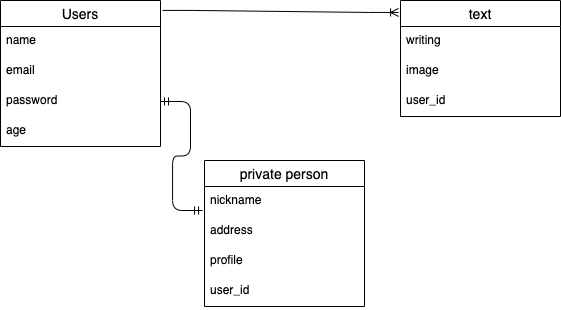
Tomoki06arkw/RELAXATION-DAIRY keeps this draw.io diagram as read.png. Above is the earlier version. Source tidied: cells renumbered, new cells last; positions are measured from the earlier drawing's top-left corner, leaving out a move shared by most shapes.
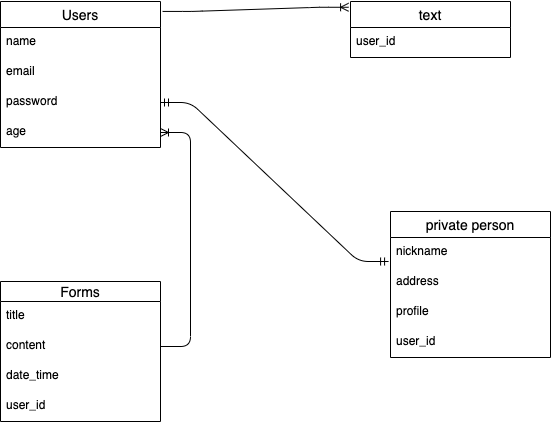
Above is the later version.

Change to the diagram source:
```diff
@@ -18,7 +18,7 @@
       <mxGeometry y="116" width="160" height="30" as="geometry" />
     </mxCell>
     <mxCell id="7" value="private person" style="swimlane;fontStyle=0;horizontal=1;startSize=26;align=center;fontSize=14;" parent="1" vertex="1">
-      <mxGeometry x="204" y="160" width="160" height="146" as="geometry" />
+      <mxGeometry x="390" y="210" width="160" height="146" as="geometry" />
     </mxCell>
     <mxCell id="8" value="nickname" style="text;strokeColor=none;fillColor=none;spacingLeft=4;spacingRight=4;overflow=hidden;points=[[0,0.5],[1,0.5]];portConstraint=eastwest;fontSize=12;" parent="7" vertex="1">
       <mxGeometry y="26" width="160" height="30" as="geometry" />
@@ -36,19 +36,31 @@
       <mxGeometry relative="1" as="geometry" />
     </mxCell>
     <mxCell id="13" value="text" style="swimlane;fontStyle=0;horizontal=1;startSize=26;align=center;fontSize=14;" parent="1" vertex="1">
-      <mxGeometry x="400" width="160" height="116" as="geometry" />
+      <mxGeometry x="350" width="160" height="56" as="geometry" />
     </mxCell>
-    <mxCell id="14" value="writing" style="text;strokeColor=none;fillColor=none;spacingLeft=4;spacingRight=4;overflow=hidden;fontSize=12;" parent="13" vertex="1">
-      <mxGeometry y="26" width="160" height="30" as="geometry" />
-    </mxCell>
-    <mxCell id="15" value="image" style="text;strokeColor=none;fillColor=none;spacingLeft=4;spacingRight=4;overflow=hidden;fontSize=12;" parent="13" vertex="1">
-      <mxGeometry y="56" width="160" height="30" as="geometry" />
-    </mxCell>
     <mxCell id="16" value="user_id" style="text;strokeColor=none;fillColor=none;spacingLeft=4;spacingRight=4;overflow=hidden;fontSize=12;" parent="13" vertex="1">
-      <mxGeometry y="86" width="160" height="30" as="geometry" />
+      <mxGeometry y="26" width="160" height="30" as="geometry" />
     </mxCell>
     <mxCell id="17" style="edgeStyle=entityRelationEdgeStyle;fontSize=12;html=1;endArrow=ERoneToMany;exitX=1.013;exitY=0.068;exitDx=0;exitDy=0;exitPerimeter=0;entryX=-0.012;entryY=0.103;entryDx=0;entryDy=0;entryPerimeter=0;" parent="1" edge="1" source="2" target="13">
       <mxGeometry relative="1" as="geometry" />
     </mxCell>
+    <mxCell id="18" value="Forms" style="swimlane;fontStyle=0;horizontal=1;startSize=20;align=center;fontSize=14;" parent="1" vertex="1">
+      <mxGeometry y="280" width="160" height="140" as="geometry" />
+    </mxCell>
+    <mxCell id="19" value="title" style="text;strokeColor=none;fillColor=none;spacingLeft=4;spacingRight=4;overflow=hidden;fontSize=12;" parent="18" vertex="1">
+      <mxGeometry y="20" width="160" height="30" as="geometry" />
+    </mxCell>
+    <mxCell id="20" value="content" style="text;strokeColor=none;fillColor=none;spacingLeft=4;spacingRight=4;overflow=hidden;points=[[0,0.5],[1,0.5]];portConstraint=eastwest;fontSize=12;" parent="18" vertex="1">
+      <mxGeometry y="50" width="160" height="30" as="geometry" />
+    </mxCell>
+    <mxCell id="21" value="date_time" style="text;strokeColor=none;fillColor=none;spacingLeft=4;spacingRight=4;overflow=hidden;fontSize=12;" parent="18" vertex="1">
+      <mxGeometry y="80" width="160" height="30" as="geometry" />
+    </mxCell>
+    <mxCell id="22" value="user_id" style="text;strokeColor=none;fillColor=none;spacingLeft=4;spacingRight=4;overflow=hidden;fontSize=12;" parent="18" vertex="1">
+      <mxGeometry y="110" width="160" height="30" as="geometry" />
+    </mxCell>
+    <mxCell id="23" style="edgeStyle=entityRelationEdgeStyle;fontSize=12;html=1;endArrow=ERoneToMany;exitX=1;exitY=0.5;exitDx=0;exitDy=0;" parent="1" edge="1" source="20" target="6">
+      <mxGeometry relative="1" as="geometry" />
+    </mxCell>
   </root>
 </mxGraphModel>
```
